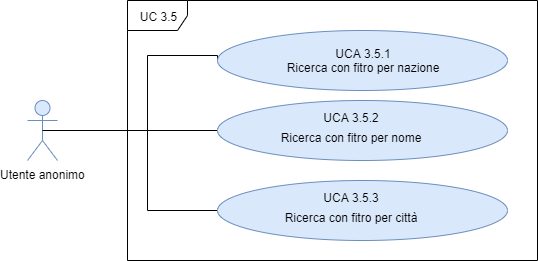
This is DocumentazioneEsterna/AnalisiRequisiti/sezioni/UseCase/Immagini/UCA3.5.png from qb-team/Stalker-Documentazione, a draw.io export, as it was before one commit. Source tidied: cells renumbered, new cells last; positions are measured from the earlier drawing's top-left corner, leaving out a move shared by most shapes.
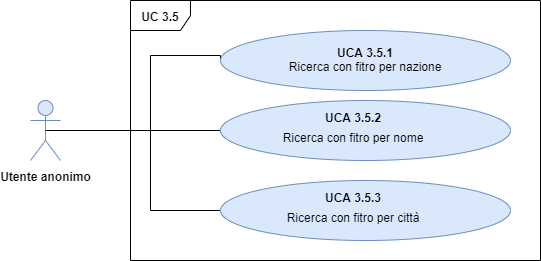
Later version of the same file.

What changed in the source:
```diff
@@ -2,10 +2,10 @@
   <root>
     <mxCell id="0" />
     <mxCell id="1" parent="0" />
-    <mxCell id="2" value="UC 3.5" style="shape=umlFrame;whiteSpace=wrap;html=1;fontSize=12;fontFamily=Helvetica;" parent="1" vertex="1">
+    <mxCell id="2" value="&lt;b&gt;UC 3.5&lt;/b&gt;" style="shape=umlFrame;whiteSpace=wrap;html=1;fontSize=12;fontFamily=Helvetica;" parent="1" vertex="1">
       <mxGeometry x="100" width="410" height="260" as="geometry" />
     </mxCell>
-    <mxCell id="3" value="Utente anonimo" style="shape=umlActor;verticalLabelPosition=bottom;labelBackgroundColor=#ffffff;verticalAlign=top;html=1;outlineConnect=0;fillColor=#dae8fc;strokeColor=#6c8ebf;fontSize=12;fontFamily=Helvetica;" parent="1" vertex="1">
+    <mxCell id="3" value="&lt;b&gt;Utente anonimo&lt;/b&gt;" style="shape=umlActor;verticalLabelPosition=bottom;labelBackgroundColor=#ffffff;verticalAlign=top;html=1;outlineConnect=0;fillColor=#dae8fc;strokeColor=#6c8ebf;fontSize=12;fontFamily=Helvetica;" parent="1" vertex="1">
       <mxGeometry y="100" width="30" height="60" as="geometry" />
     </mxCell>
     <mxCell id="4" style="edgeStyle=orthogonalEdgeStyle;rounded=0;jettySize=auto;html=1;exitX=0;exitY=0.5;exitDx=0;exitDy=0;entryX=0.5;entryY=0.5;entryDx=0;entryDy=0;entryPerimeter=0;endArrow=none;endFill=0;fontSize=12;fontFamily=Helvetica;" parent="1" edge="1" source="5" target="3">
@@ -16,7 +16,7 @@
         </Array>
       </mxGeometry>
     </mxCell>
-    <mxCell id="5" value="&lt;font style=&quot;font-size: 12px&quot;&gt;UCA 3.5.1&lt;br&gt;Ricerca con fitro per nazione&lt;/font&gt;" style="ellipse;whiteSpace=wrap;html=1;fillColor=#dae8fc;strokeColor=#6c8ebf;fontSize=12;fontFamily=Helvetica;" parent="1" vertex="1">
+    <mxCell id="5" value="&lt;font style=&quot;font-size: 12px&quot;&gt;&lt;b&gt;UCA 3.5.1&lt;/b&gt;&lt;br&gt;Ricerca con fitro per nazione&lt;/font&gt;" style="ellipse;whiteSpace=wrap;html=1;fillColor=#dae8fc;strokeColor=#6c8ebf;fontSize=12;fontFamily=Helvetica;" parent="1" vertex="1">
       <mxGeometry x="190" y="30" width="290" height="60" as="geometry" />
     </mxCell>
     <mxCell id="6" style="edgeStyle=none;rounded=0;jettySize=auto;html=1;exitX=0;exitY=0.5;exitDx=0;exitDy=0;endArrow=none;endFill=0;fontSize=12;fontFamily=Helvetica;" parent="1" edge="1" source="7">
@@ -24,7 +24,7 @@
         <mxPoint x="120" y="130" as="targetPoint" />
       </mxGeometry>
     </mxCell>
-    <mxCell id="7" value="&lt;p class=&quot;MsoListParagraph&quot; style=&quot;text-indent: -18pt ; font-size: 12px ; line-height: 20%&quot;&gt;&lt;font style=&quot;font-size: 12px&quot;&gt;UCA 3.5.2&lt;/font&gt;&lt;/p&gt;&lt;p class=&quot;MsoListParagraph&quot; style=&quot;text-indent: -18pt ; font-size: 12px&quot;&gt;&lt;font style=&quot;font-size: 12px&quot;&gt;Ricerca con fitro per nome&lt;/font&gt;&lt;/p&gt;" style="ellipse;whiteSpace=wrap;html=1;fillColor=#dae8fc;strokeColor=#6c8ebf;fontSize=12;fontFamily=Helvetica;align=center;" parent="1" vertex="1">
+    <mxCell id="7" value="&lt;p class=&quot;MsoListParagraph&quot; style=&quot;text-indent: -18pt ; font-size: 12px ; line-height: 20%&quot;&gt;&lt;font style=&quot;font-size: 12px&quot;&gt;&lt;b&gt;UCA 3.5.2&lt;/b&gt;&lt;/font&gt;&lt;/p&gt;&lt;p class=&quot;MsoListParagraph&quot; style=&quot;text-indent: -18pt ; font-size: 12px&quot;&gt;&lt;font style=&quot;font-size: 12px&quot;&gt;Ricerca con fitro per nome&lt;/font&gt;&lt;/p&gt;" style="ellipse;whiteSpace=wrap;html=1;fillColor=#dae8fc;strokeColor=#6c8ebf;fontSize=12;fontFamily=Helvetica;align=center;" parent="1" vertex="1">
       <mxGeometry x="190" y="100" width="290" height="60" as="geometry" />
     </mxCell>
     <mxCell id="8" style="edgeStyle=orthogonalEdgeStyle;rounded=0;jettySize=auto;html=1;exitX=0;exitY=0.5;exitDx=0;exitDy=0;endArrow=none;endFill=0;fontSize=12;fontFamily=Helvetica;" parent="1" edge="1" source="9">
@@ -32,7 +32,7 @@
         <mxPoint x="120" y="130" as="targetPoint" />
       </mxGeometry>
     </mxCell>
-    <mxCell id="9" value="&lt;p class=&quot;MsoListParagraph&quot; style=&quot;text-indent: -18pt ; font-size: 12px ; line-height: 20%&quot;&gt;&lt;font style=&quot;font-size: 12px&quot;&gt;UCA 3.5.3&lt;/font&gt;&lt;/p&gt;&lt;p class=&quot;MsoListParagraph&quot; style=&quot;text-indent: -18pt ; font-size: 12px&quot;&gt;&lt;span style=&quot;text-indent: -18pt&quot;&gt;Ricerca&amp;nbsp;&lt;/span&gt;&lt;span&gt;con fitro&amp;nbsp;&lt;/span&gt;&lt;span style=&quot;text-indent: -18pt&quot;&gt;per città&lt;/span&gt;&lt;/p&gt;" style="ellipse;whiteSpace=wrap;html=1;fillColor=#dae8fc;strokeColor=#6c8ebf;fontSize=12;fontFamily=Helvetica;" parent="1" vertex="1">
+    <mxCell id="9" value="&lt;p class=&quot;MsoListParagraph&quot; style=&quot;text-indent: -18pt ; font-size: 12px ; line-height: 20%&quot;&gt;&lt;font style=&quot;font-size: 12px&quot;&gt;&lt;b&gt;UCA 3.5.3&lt;/b&gt;&lt;/font&gt;&lt;/p&gt;&lt;p class=&quot;MsoListParagraph&quot; style=&quot;text-indent: -18pt ; font-size: 12px&quot;&gt;&lt;span style=&quot;text-indent: -18pt&quot;&gt;Ricerca&amp;nbsp;&lt;/span&gt;&lt;span&gt;con fitro&amp;nbsp;&lt;/span&gt;&lt;span style=&quot;text-indent: -18pt&quot;&gt;per città&lt;/span&gt;&lt;/p&gt;" style="ellipse;whiteSpace=wrap;html=1;fillColor=#dae8fc;strokeColor=#6c8ebf;fontSize=12;fontFamily=Helvetica;" parent="1" vertex="1">
       <mxGeometry x="190" y="180" width="290" height="60" as="geometry" />
     </mxCell>
   </root>
```
